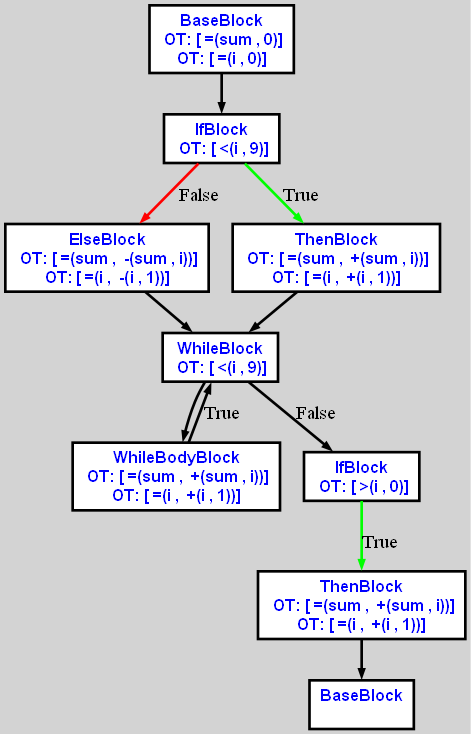
Before: cpoCompilerWin/cfgi0.dot.png, a diagram exported from Graphviz (aveen007/CountingMonkeys). Its source is kept beside it as cpoCompilerWin/cfgi0.dot.
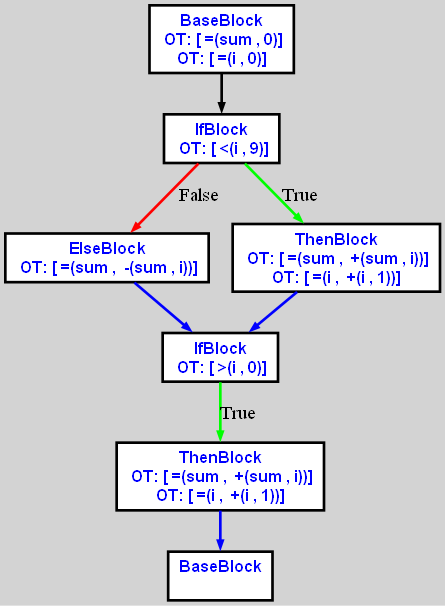
After the commit.

Change to the diagram source:
```diff
@@ -4,36 +4,27 @@
 bgcolor="lightgrey";  node [shape=box, fixedsize=false, fontsize=12, fontname="Helvetica-bold", fontcolor="blue"
 width=.25, height=.25, color="black", fillcolor="white", style="filled, solid, bold"];
 
-edge [arrowsize=.5, color="black", style="bold"]    n0000024D423B0220 [label="BaseBlock\n OT: [ =(sum , 0)]
+edge [arrowsize=.5, color="black", style="bold"]    n000001F61159AFD0 [label="BaseBlock\n OT: [ =(sum , 0)]
 OT: [ =(i , 0)]
 "]
-    n0000024D423B0220 -> n0000024D423AFE30
-    n0000024D423AFE30 [label="IfBlock\n OT: [ <(i , 9)]
+    n000001F61159AFD0 -> n000001F61159B270
+    n000001F61159B270 [label="IfBlock\n OT: [ <(i , 9)]
 "]
-    n0000024D423AFC00 [label="ElseBlock\n OT: [ =(sum ,  -(sum , i))]
-OT: [ =(i ,  -(i , 1))]
+    n000001F61159B270 -> n000001F61159AD30 [label="False" color="red"]
+    n000001F61159AD30 [label="ElseBlock\n OT: [ =(sum ,  -(sum , i))]
 "]
-    n0000024D423B0370 [label="ThenBlock\n OT: [ =(sum ,  +(sum , i))]
+    n000001F61159AD30 -> n000001F61159AA20 [ color="blue"]
+    n000001F61159B270 -> n000001F61159A9B0 [label="True" color="green"]
+    n000001F61159A9B0 [label="ThenBlock\n OT: [ =(sum ,  +(sum , i))]
 OT: [ =(i ,  +(i , 1))]
 "]
-    n0000024D423AFE30 -> n0000024D423AFC00 [label="False" color="red"]
-    n0000024D423AFC00 -> n0000024D423AF8F0    n0000024D423AFE30 -> n0000024D423B0370 [label="True" color="green"]
-    n0000024D423B0370 -> n0000024D423AF8F0    n0000024D423AF8F0 [label="WhileBlock\n OT: [ <(i , 9)]
+    n000001F61159A9B0 -> n000001F61159AA20 [ color="blue"]
+    n000001F61159AA20 [label="IfBlock\n OT: [ >(i , 0)]
 "]
-    n0000024D423AF8F0 -> n0000024D423B0140
-    n0000024D423B0140 [label="WhileBodyBlock\n OT: [ =(sum ,  +(sum , i))]
+    n000001F61159AA20 -> n000001F61159A400 [label="True" color="green"]
+    n000001F61159A400 [label="ThenBlock\n OT: [ =(sum ,  +(sum , i))]
 OT: [ =(i ,  +(i , 1))]
 "]
-    n0000024D423B0140 [label="WhileBodyBlock\n OT: [ =(sum ,  +(sum , i))]
-OT: [ =(i ,  +(i , 1))]
-"]
-    n0000024D423B0140 -> n0000024D423AF8F0 [label="True" color="black"]
-    n0000024D423AF8F0 -> n0000024D423AFF10 [label="False" color="black"]
-    n0000024D423AFF10 [label="IfBlock\n OT: [ >(i , 0)]
-"]
-    n0000024D423AFF80 [label="ThenBlock\n OT: [ =(sum ,  +(sum , i))]
-OT: [ =(i ,  +(i , 1))]
-"]
-    n0000024D423AFF10 -> n0000024D423AFF80 [label="True" color="green"]
-    n0000024D423AFF80 -> n0000024D423AF6C0    n0000024D423AF6C0 [label="BaseBlock\n "]
+    n000001F61159A400 -> n000001F61159AE10 [ color="blue"]
+    n000001F61159AE10 [label="BaseBlock\n "]
 }
```
